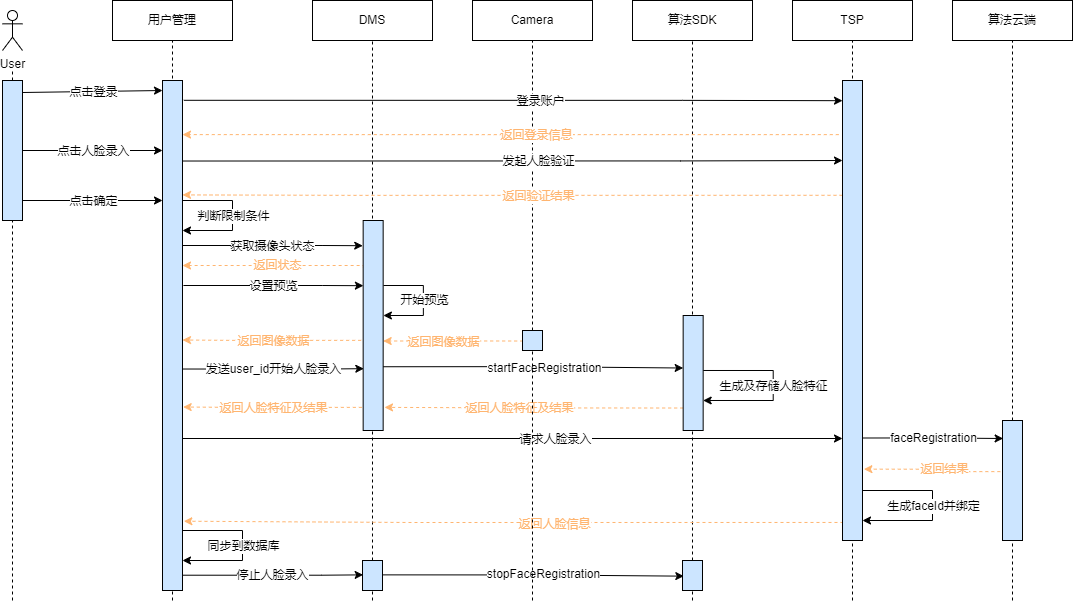
Above: x9hp/人脸重置时序图.png in notigit/Image (draw.io), before the change. Source tidied: cells renumbered, new cells last; positions are measured from the earlier drawing's top-left corner, leaving out a move shared by most shapes.
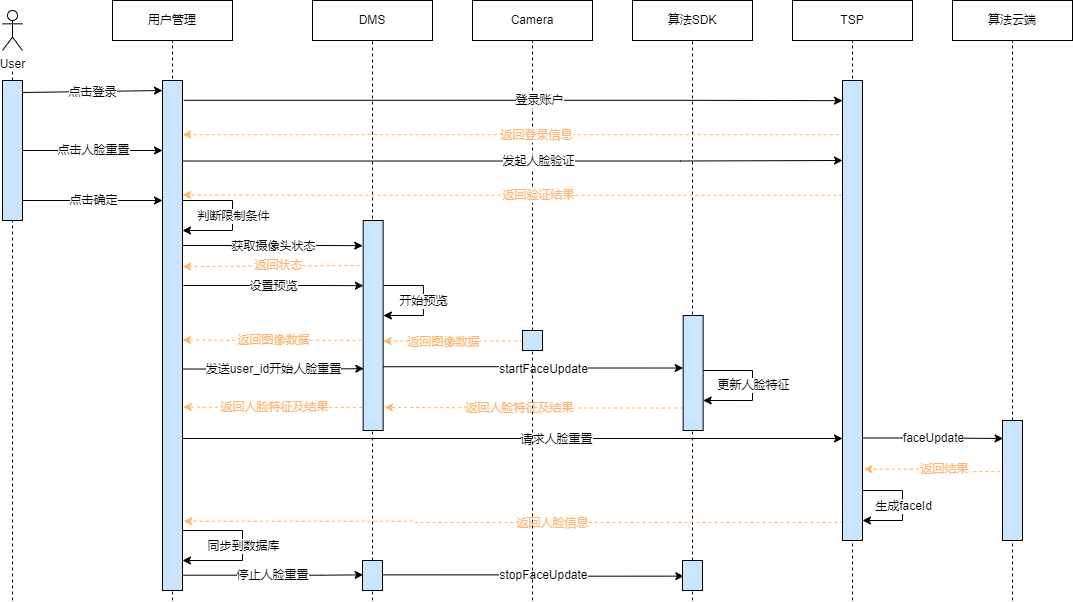
Above is the later version.

Commit message:
更新人脸重置时序图.png

Diff of the diagram source:
```diff
@@ -32,7 +32,7 @@
         </Array>
       </mxGeometry>
     </mxCell>
-    <mxCell id="8" value="发送user_id开始人脸录入" style="edgeLabel;html=1;align=center;verticalAlign=middle;fontColor=#000000;" parent="7" vertex="1">
+    <mxCell id="8" value="发送user_id开始人脸重置" style="edgeLabel;html=1;align=center;verticalAlign=middle;fontColor=#000000;" parent="7" vertex="1">
       <mxGeometry x="-0.09" relative="1" as="geometry">
         <mxPoint x="8" as="offset" />
       </mxGeometry>
@@ -43,7 +43,7 @@
         <mxPoint x="840" y="438" as="targetPoint" />
       </mxGeometry>
     </mxCell>
-    <mxCell id="10" value="请求人脸录入" style="edgeLabel;html=1;align=center;verticalAlign=middle;fontColor=#000000;" parent="9" vertex="1">
+    <mxCell id="10" value="请求人脸重置" style="edgeLabel;html=1;align=center;verticalAlign=middle;fontColor=#000000;" parent="9" vertex="1">
       <mxGeometry x="-0.13" relative="1" as="geometry">
         <mxPoint x="85" as="offset" />
       </mxGeometry>
@@ -58,7 +58,7 @@
         <mxPoint x="860" y="437.5" as="sourcePoint" />
       </mxGeometry>
     </mxCell>
-    <mxCell id="13" value="faceRegistration" style="edgeLabel;html=1;align=center;verticalAlign=middle;fontColor=#000000;" parent="12" vertex="1">
+    <mxCell id="13" value="faceUpdate" style="edgeLabel;html=1;align=center;verticalAlign=middle;fontColor=#000000;" parent="12" vertex="1">
       <mxGeometry x="-0.29" y="3" relative="1" as="geometry">
         <mxPoint x="20" y="3" as="offset" />
       </mxGeometry>
@@ -84,7 +84,7 @@
         <mxPoint x="19" as="offset" />
       </mxGeometry>
     </mxCell>
-    <mxCell id="18" value="startFaceRegistration" style="edgeLabel;html=1;align=center;verticalAlign=middle;fontColor=#000000;" parent="16" vertex="1">
+    <mxCell id="18" value="startFaceUpdate" style="edgeLabel;html=1;align=center;verticalAlign=middle;fontColor=#000000;" parent="16" vertex="1">
       <mxGeometry x="0.07" y="-1" relative="1" as="geometry" />
     </mxCell>
     <mxCell id="19" value="Camera" style="rounded=0;whiteSpace=wrap;html=1;" parent="1" vertex="1">
@@ -277,12 +277,12 @@
         <mxPoint x="700.7" y="370" as="sourcePoint" />
         <mxPoint x="700.7" y="400" as="targetPoint" />
         <Array as="points">
-          <mxPoint x="770.7" y="370.5" />
-          <mxPoint x="770.7" y="400.5" />
+          <mxPoint x="750" y="370" />
+          <mxPoint x="750" y="400" />
         </Array>
       </mxGeometry>
     </mxCell>
-    <mxCell id="51" value="生成及存储人脸特征" style="edgeLabel;html=1;align=center;verticalAlign=middle;fontSize=11;fillColor=#CCE5FF;" parent="50" vertex="1">
+    <mxCell id="51" value="更新人脸特征" style="edgeLabel;html=1;align=center;verticalAlign=middle;fontSize=11;fillColor=#CCE5FF;" parent="50" vertex="1">
       <mxGeometry relative="1" as="geometry" />
     </mxCell>
     <mxCell id="52" style="endArrow=classic;html=1;rounded=0;fontSize=11;edgeStyle=orthogonalEdgeStyle;" parent="1" edge="1">
@@ -290,12 +290,12 @@
         <mxPoint x="860" y="490" as="sourcePoint" />
         <mxPoint x="860" y="520" as="targetPoint" />
         <Array as="points">
-          <mxPoint x="930" y="490.5" />
-          <mxPoint x="930" y="520.5" />
+          <mxPoint x="900" y="490" />
+          <mxPoint x="900" y="520" />
         </Array>
       </mxGeometry>
     </mxCell>
-    <mxCell id="53" value="生成faceId并绑定" style="edgeLabel;html=1;align=center;verticalAlign=middle;fontSize=11;fillColor=#CCE5FF;" parent="52" vertex="1">
+    <mxCell id="53" value="生成faceId" style="edgeLabel;html=1;align=center;verticalAlign=middle;fontSize=11;fillColor=#CCE5FF;" parent="52" vertex="1">
       <mxGeometry relative="1" as="geometry" />
     </mxCell>
     <mxCell id="54" style="endArrow=classic;html=1;rounded=0;fontSize=11;edgeStyle=orthogonalEdgeStyle;" parent="1" edge="1">
@@ -322,7 +322,7 @@
         <mxPoint x="20" as="offset" />
       </mxGeometry>
     </mxCell>
-    <mxCell id="58" value="点击人脸录入" style="edgeLabel;html=1;align=center;verticalAlign=middle;fontSize=6;" parent="56" vertex="1">
+    <mxCell id="58" value="点击人脸重置" style="edgeLabel;html=1;align=center;verticalAlign=middle;fontSize=6;" parent="56" vertex="1">
       <mxGeometry x="-0.15" relative="1" as="geometry">
         <mxPoint x="10" as="offset" />
       </mxGeometry>
@@ -388,7 +388,7 @@
         </Array>
       </mxGeometry>
     </mxCell>
-    <mxCell id="70" value="停止人脸录入" style="edgeLabel;html=1;align=center;verticalAlign=middle;fontColor=#000000;" parent="69" vertex="1">
+    <mxCell id="70" value="停止人脸重置" style="edgeLabel;html=1;align=center;verticalAlign=middle;fontColor=#000000;" parent="69" vertex="1">
       <mxGeometry x="-0.09" relative="1" as="geometry">
         <mxPoint x="8" as="offset" />
       </mxGeometry>
@@ -402,7 +402,7 @@
         </Array>
       </mxGeometry>
     </mxCell>
-    <mxCell id="72" value="stopFaceRegistration" style="edgeLabel;html=1;align=center;verticalAlign=middle;fontColor=#000000;" parent="71" vertex="1">
+    <mxCell id="72" value="stopFaceUpdate" style="edgeLabel;html=1;align=center;verticalAlign=middle;fontColor=#000000;" parent="71" vertex="1">
       <mxGeometry x="0.09" y="-3" relative="1" as="geometry">
         <mxPoint x="-3" y="-4" as="offset" />
       </mxGeometry>
```
